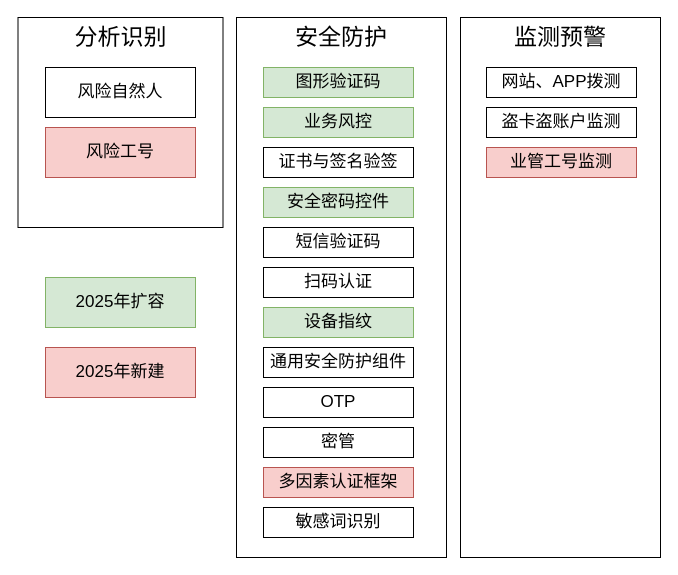
razor/1102_decoration keeps this draw.io diagram as page "业务安全" (5 of 5) of 2024安全技术能力全景图.drawio. Above is the earlier version. Source tidied: cells renumbered, new cells numbered last; positions are measured from the earlier drawing's top-left corner, leaving out a move shared by most shapes. Both pictures are drawn from the tidied source at 100%, with x=0, y=0 at pixel (18, 17).
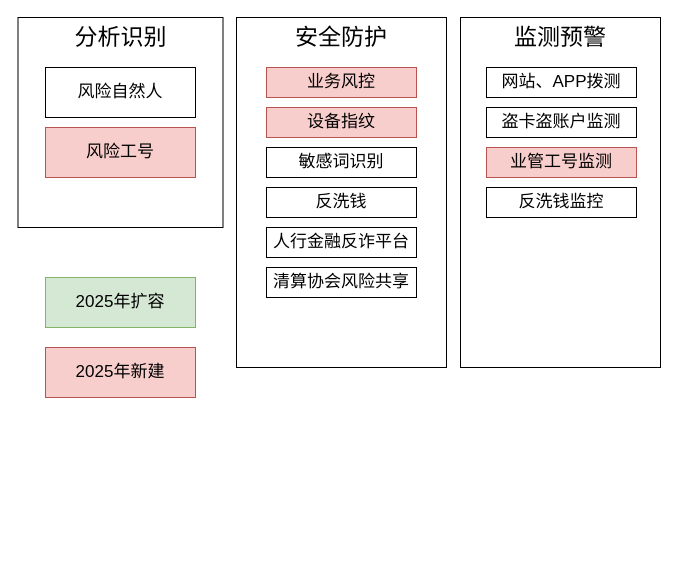
The same diagram, later.

Change to the diagram source:
```diff
@@
     <mxCell id="5" value="&lt;span style=&quot;font-size: 23px;&quot;&gt;安全防护&lt;/span&gt;" style="rounded=0;whiteSpace=wrap;html=1;verticalAlign=top;fontSize=23;fontStyle=0;" parent="1" vertex="1">
-      <mxGeometry x="218" width="210" height="540" as="geometry" />
+      <mxGeometry x="218" width="210" height="350" as="geometry" />
     </mxCell>
-    <mxCell id="6" value="&lt;font style=&quot;font-size: 17px;&quot;&gt;图形验证码&lt;/font&gt;" style="rounded=0;whiteSpace=wrap;html=1;fontStyle=0;fillColor=#d5e8d4;strokeColor=#82b366;" parent="1" vertex="1">
-      <mxGeometry x="245" y="50" width="150" height="30" as="geometry" />
-    </mxCell>
-    <mxCell id="7" value="&lt;font style=&quot;font-size: 17px;&quot;&gt;短信验证码&lt;/font&gt;" style="rounded=0;whiteSpace=wrap;html=1;fontStyle=0;" parent="1" vertex="1">
-      <mxGeometry x="245" y="210" width="150" height="30" as="geometry" />
-    </mxCell>
-    <mxCell id="8" value="&lt;font style=&quot;font-size: 17px;&quot;&gt;OTP&lt;/font&gt;" style="rounded=0;whiteSpace=wrap;html=1;fontStyle=0;" parent="1" vertex="1">
-      <mxGeometry x="245" y="370" width="150" height="30" as="geometry" />
-    </mxCell>
-    <mxCell id="9" value="&lt;font style=&quot;font-size: 17px;&quot;&gt;业务风控&lt;/font&gt;" style="rounded=0;whiteSpace=wrap;html=1;fontStyle=0;fillColor=#d5e8d4;strokeColor=#82b366;" parent="1" vertex="1">
-      <mxGeometry x="245" y="90" width="150" height="30" as="geometry" />
-    </mxCell>
-    <mxCell id="10" value="&lt;font style=&quot;font-size: 17px;&quot;&gt;扫码认证&lt;/font&gt;" style="rounded=0;whiteSpace=wrap;html=1;fontStyle=0;" parent="1" vertex="1">
-      <mxGeometry x="245" y="250" width="150" height="30" as="geometry" />
-    </mxCell>
-    <mxCell id="11" value="&lt;span style=&quot;font-size: 17px;&quot;&gt;密管&lt;/span&gt;" style="rounded=0;whiteSpace=wrap;html=1;fontStyle=0;" parent="1" vertex="1">
-      <mxGeometry x="245" y="410" width="150" height="30" as="geometry" />
-    </mxCell>
-    <mxCell id="12" value="&lt;font style=&quot;font-size: 17px;&quot;&gt;证书与签名验签&lt;/font&gt;" style="rounded=0;whiteSpace=wrap;html=1;fontStyle=0;" parent="1" vertex="1">
-      <mxGeometry x="245" y="130" width="150" height="30" as="geometry" />
-    </mxCell>
-    <mxCell id="13" value="&lt;span style=&quot;font-size: 17px;&quot;&gt;设备指纹&lt;/span&gt;" style="rounded=0;whiteSpace=wrap;html=1;fontStyle=0;fillColor=#d5e8d4;strokeColor=#82b366;" parent="1" vertex="1">
-      <mxGeometry x="245" y="290" width="150" height="30" as="geometry" />
-    </mxCell>
-    <mxCell id="14" value="&lt;font style=&quot;font-size: 17px;&quot;&gt;多因素认证框架&lt;/font&gt;" style="rounded=0;whiteSpace=wrap;html=1;fontStyle=0;fillColor=#f8cecc;strokeColor=#b85450;" parent="1" vertex="1">
-      <mxGeometry x="245" y="450" width="150" height="30" as="geometry" />
-    </mxCell>
-    <mxCell id="15" value="&lt;font style=&quot;font-size: 17px;&quot;&gt;安全密码控件&lt;/font&gt;" style="rounded=0;whiteSpace=wrap;html=1;fontStyle=0;fillColor=#d5e8d4;strokeColor=#82b366;" parent="1" vertex="1">
-      <mxGeometry x="245" y="170" width="150" height="30" as="geometry" />
-    </mxCell>
-    <mxCell id="16" value="&lt;span style=&quot;font-size: 17px;&quot;&gt;通用安全防护组件&lt;/span&gt;" style="rounded=0;whiteSpace=wrap;html=1;fontStyle=0;" parent="1" vertex="1">
-      <mxGeometry x="245" y="330" width="150" height="30" as="geometry" />
-    </mxCell>
-    <mxCell id="17" value="&lt;font style=&quot;font-size: 17px;&quot;&gt;敏感词识别&lt;/font&gt;" style="rounded=0;whiteSpace=wrap;html=1;fontStyle=0;" parent="1" vertex="1">
-      <mxGeometry x="245" y="490" width="150" height="30" as="geometry" />
-    </mxCell>
     <mxCell id="18" value="&lt;span style=&quot;font-size: 23px;&quot;&gt;监测预警&lt;/span&gt;" style="rounded=0;whiteSpace=wrap;html=1;verticalAlign=top;fontSize=23;fontStyle=0;" parent="1" vertex="1">
-      <mxGeometry x="442" width="200" height="540" as="geometry" />
+      <mxGeometry x="442" width="200" height="350" as="geometry" />
     </mxCell>
@@
+    <mxCell id="24" value="&lt;font style=&quot;font-size: 17px;&quot;&gt;反洗钱监控&lt;/font&gt;" style="rounded=0;whiteSpace=wrap;html=1;fontStyle=0;" parent="1" vertex="1">
+      <mxGeometry x="468" y="170" width="150" height="30" as="geometry" />
+    </mxCell>
+    <mxCell id="9" value="&lt;font style=&quot;font-size: 17px;&quot;&gt;业务风控&lt;/font&gt;" style="rounded=0;whiteSpace=wrap;html=1;fontStyle=0;fillColor=#f8cecc;strokeColor=#b85450;" parent="1" vertex="1">
+      <mxGeometry x="248" y="50" width="150" height="30" as="geometry" />
+    </mxCell>
+    <mxCell id="13" value="&lt;span style=&quot;font-size: 17px;&quot;&gt;设备指纹&lt;/span&gt;" style="rounded=0;whiteSpace=wrap;html=1;fontStyle=0;fillColor=#f8cecc;strokeColor=#b85450;" parent="1" vertex="1">
+      <mxGeometry x="248" y="90" width="150" height="30" as="geometry" />
+    </mxCell>
+    <mxCell id="17" value="&lt;font style=&quot;font-size: 17px;&quot;&gt;敏感词识别&lt;/font&gt;" style="rounded=0;whiteSpace=wrap;html=1;fontStyle=0;" parent="1" vertex="1">
+      <mxGeometry x="248" y="130" width="150" height="30" as="geometry" />
+    </mxCell>
+    <mxCell id="25" value="&lt;font style=&quot;font-size: 17px;&quot;&gt;反洗钱&lt;/font&gt;" style="rounded=0;whiteSpace=wrap;html=1;fontStyle=0;" parent="1" vertex="1">
+      <mxGeometry x="248" y="170" width="150" height="30" as="geometry" />
+    </mxCell>
+    <mxCell id="26" value="&lt;span style=&quot;font-size: 17px;&quot;&gt;人行金融反诈平台&lt;/span&gt;" style="rounded=0;whiteSpace=wrap;html=1;fontStyle=0;" parent="1" vertex="1">
+      <mxGeometry x="248" y="210" width="150" height="30" as="geometry" />
+    </mxCell>
+    <mxCell id="27" value="&lt;span style=&quot;font-size: 17px;&quot;&gt;清算协会风险共享&lt;/span&gt;" style="rounded=0;whiteSpace=wrap;html=1;fontStyle=0;" parent="1" vertex="1">
+      <mxGeometry x="248" y="250" width="150" height="30" as="geometry" />
+    </mxCell>
```
